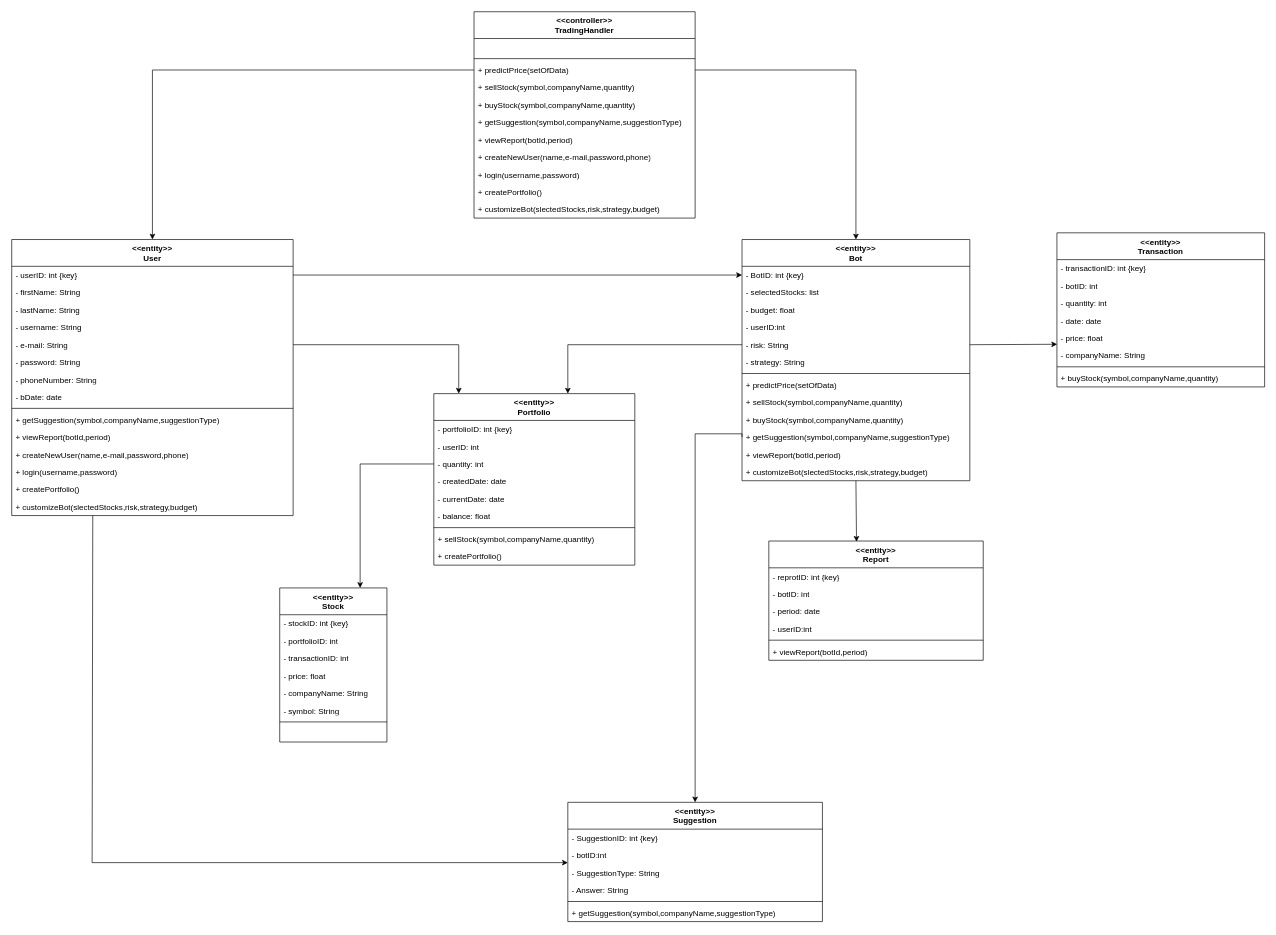
Abdulmohsen23/IS498 keeps this draw.io diagram as Diagrams/FINAL_CUT_CLASS DIAGRAM.drawio. Above is the earlier version. Source tidied: cells renumbered, new cells numbered last; positions are measured from the earlier drawing's top-left corner, leaving out a move shared by most shapes. Both pictures are drawn from the tidied source at 67%, with x=0, y=0 at pixel (11, 11).
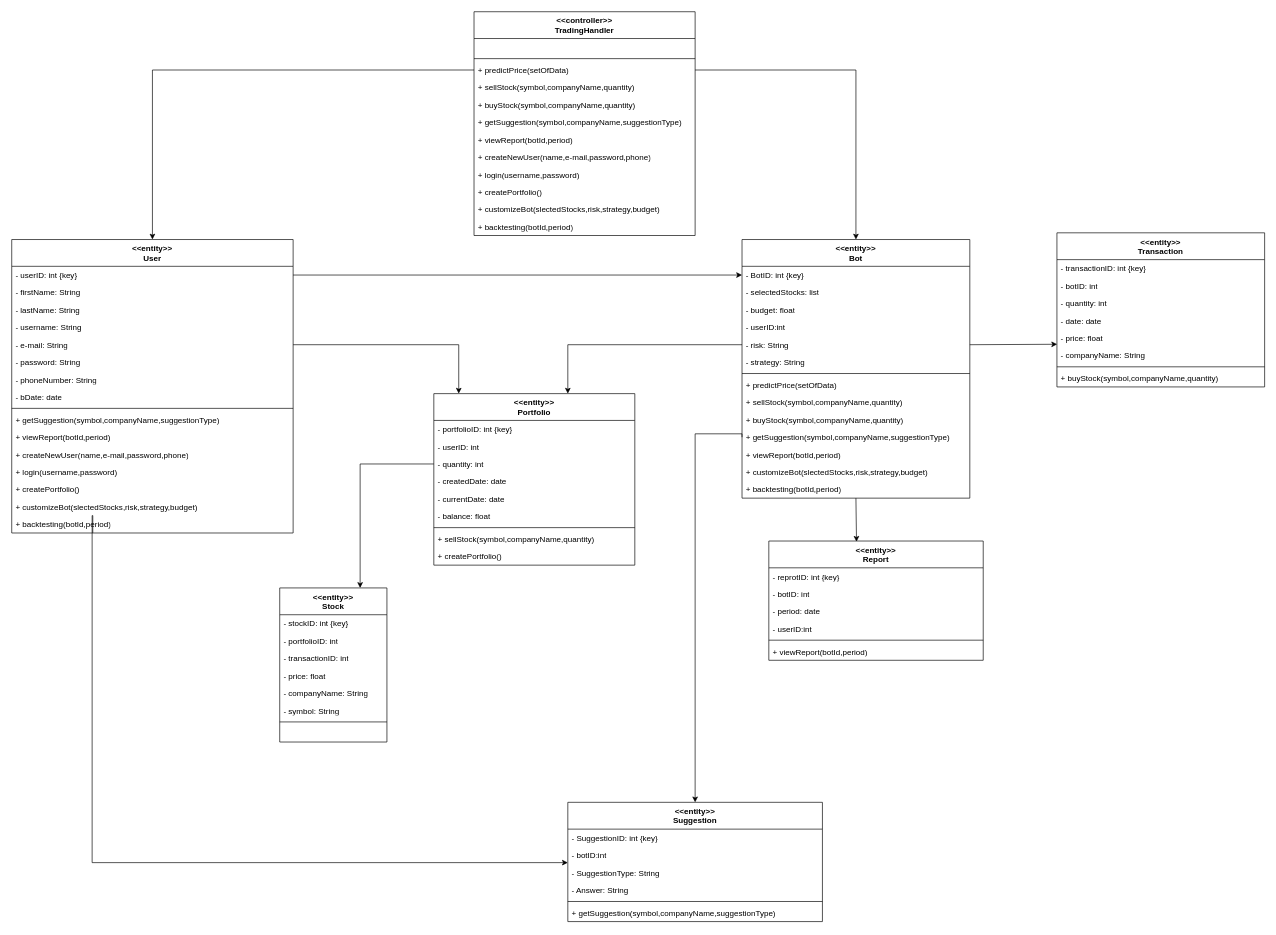
After the change.

The edit, as a diff of the source:
```diff
@@
     <mxCell id="2" value="&lt;div&gt;&amp;lt;&amp;lt;entity&amp;gt;&amp;gt;&lt;/div&gt;&lt;div&gt;User&lt;br&gt;&lt;/div&gt;" style="swimlane;fontStyle=1;align=center;verticalAlign=top;horizontal=1;startSize=40;whiteSpace=wrap;html=1;" parent="1" vertex="1">
-      <mxGeometry y="340" width="420" height="412" as="geometry" />
+      <mxGeometry y="340" width="420" height="438" as="geometry" />
     </mxCell>
@@
+    <mxCell id="96" value="+ customizeBot(slectedStocks,risk,strategy,budget)" style="text;strokeColor=none;fillColor=none;align=left;verticalAlign=top;spacingLeft=4;spacingRight=4;overflow=hidden;whiteSpace=wrap;html=1;" parent="2" vertex="1">
+      <mxGeometry y="386" width="420" height="26" as="geometry" />
+    </mxCell>
-    <mxCell id="17" value="+ customizeBot(slectedStocks,risk,strategy,budget)" style="text;strokeColor=none;fillColor=none;align=left;verticalAlign=top;spacingLeft=4;spacingRight=4;overflow=hidden;points=[[0,0.5],[1,0.5]];portConstraint=eastwest;whiteSpace=wrap;html=1;" parent="2" vertex="1">
-      <mxGeometry y="386" width="420" height="26" as="geometry" />
+    <mxCell id="17" value="+ backtesting(botId,period)" style="text;strokeColor=none;fillColor=none;align=left;verticalAlign=top;spacingLeft=4;spacingRight=4;overflow=hidden;points=[[0,0.5],[1,0.5]];portConstraint=eastwest;whiteSpace=wrap;html=1;" parent="2" vertex="1">
+      <mxGeometry y="412" width="420" height="26" as="geometry" />
     </mxCell>
@@
     <mxCell id="29" value="&lt;div&gt;&amp;lt;&amp;lt;controller&amp;gt;&amp;gt;&lt;/div&gt;&lt;div&gt;TradingHandler&lt;br&gt;&lt;/div&gt;" style="swimlane;fontStyle=1;align=center;verticalAlign=top;horizontal=1;startSize=40;whiteSpace=wrap;html=1;" parent="1" vertex="1">
-      <mxGeometry x="690" width="330" height="308" as="geometry" />
+      <mxGeometry x="690" width="330" height="334" as="geometry" />
     </mxCell>
@@
+    <mxCell id="97" value="&lt;div&gt;+ customizeBot(slectedStocks,risk,strategy,budget)&lt;/div&gt;" style="text;strokeColor=none;fillColor=none;align=left;verticalAlign=top;spacingLeft=4;spacingRight=4;overflow=hidden;whiteSpace=wrap;html=1;" parent="29" vertex="1">
+      <mxGeometry y="282" width="330" height="26" as="geometry" />
+    </mxCell>
-    <mxCell id="40" value="&lt;div&gt;+ customizeBot(slectedStocks,risk,strategy,budget)&lt;/div&gt;" style="text;strokeColor=none;fillColor=none;align=left;verticalAlign=top;spacingLeft=4;spacingRight=4;overflow=hidden;whiteSpace=wrap;html=1;" parent="29" vertex="1">
-      <mxGeometry y="282" width="330" height="26" as="geometry" />
+    <mxCell id="40" value="+ backtesting(botId,period)" style="text;strokeColor=none;fillColor=none;align=left;verticalAlign=top;spacingLeft=4;spacingRight=4;overflow=hidden;whiteSpace=wrap;html=1;" parent="29" vertex="1">
+      <mxGeometry y="308" width="330" height="26" as="geometry" />
     </mxCell>
@@
     <mxCell id="67" value="&lt;div&gt;&amp;lt;&amp;lt;entity&amp;gt;&amp;gt;&lt;/div&gt;&lt;div&gt;Bot&lt;br&gt;&lt;/div&gt;" style="swimlane;fontStyle=1;align=center;verticalAlign=top;horizontal=1;startSize=40;whiteSpace=wrap;html=1;" parent="1" vertex="1">
-      <mxGeometry x="1090" y="340" width="340" height="360" as="geometry" />
+      <mxGeometry x="1090" y="340" width="340" height="386" as="geometry" />
     </mxCell>
@@
+    <mxCell id="98" value="+ customizeBot(slectedStocks,risk,strategy,budget)" style="text;strokeColor=none;fillColor=none;align=left;verticalAlign=top;spacingLeft=4;spacingRight=4;overflow=hidden;whiteSpace=wrap;html=1;" parent="67" vertex="1">
+      <mxGeometry y="334" width="340" height="26" as="geometry" />
+    </mxCell>
-    <mxCell id="80" value="+ customizeBot(slectedStocks,risk,strategy,budget)" style="text;strokeColor=none;fillColor=none;align=left;verticalAlign=top;spacingLeft=4;spacingRight=4;overflow=hidden;whiteSpace=wrap;html=1;" parent="67" vertex="1">
-      <mxGeometry y="334" width="340" height="26" as="geometry" />
+    <mxCell id="80" value="+ backtesting(botId,period)" style="text;strokeColor=none;fillColor=none;align=left;verticalAlign=top;spacingLeft=4;spacingRight=4;overflow=hidden;whiteSpace=wrap;html=1;" parent="67" vertex="1">
+      <mxGeometry y="360" width="340" height="26" as="geometry" />
     </mxCell>
```
